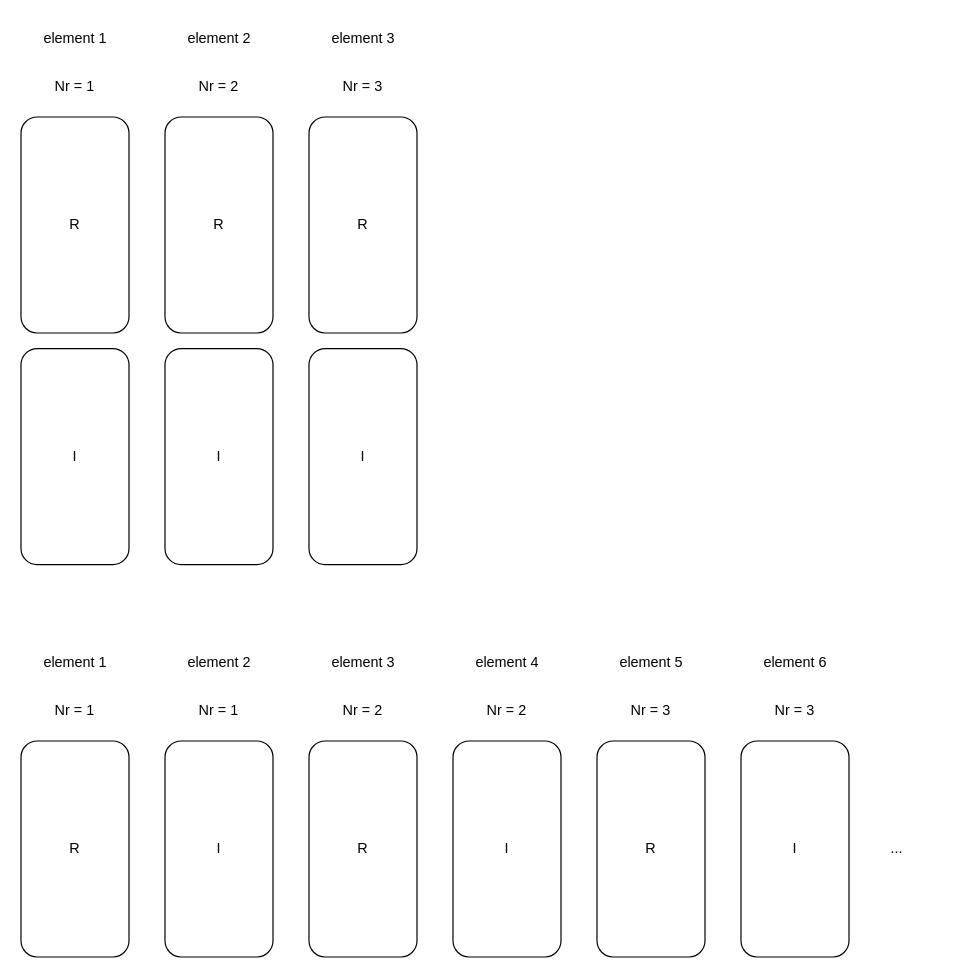
Before: SPR-CNN/未命名绘图.drawio in OuO333333/CNN4CE, a draw.io diagram. Source tidied: cells renumbered, new cells numbered last; positions are measured from the earlier drawing's top-left corner, leaving out a move shared by most shapes. Both pictures are drawn from the tidied source at 120%, with x=0, y=0 at pixel (20, 20).
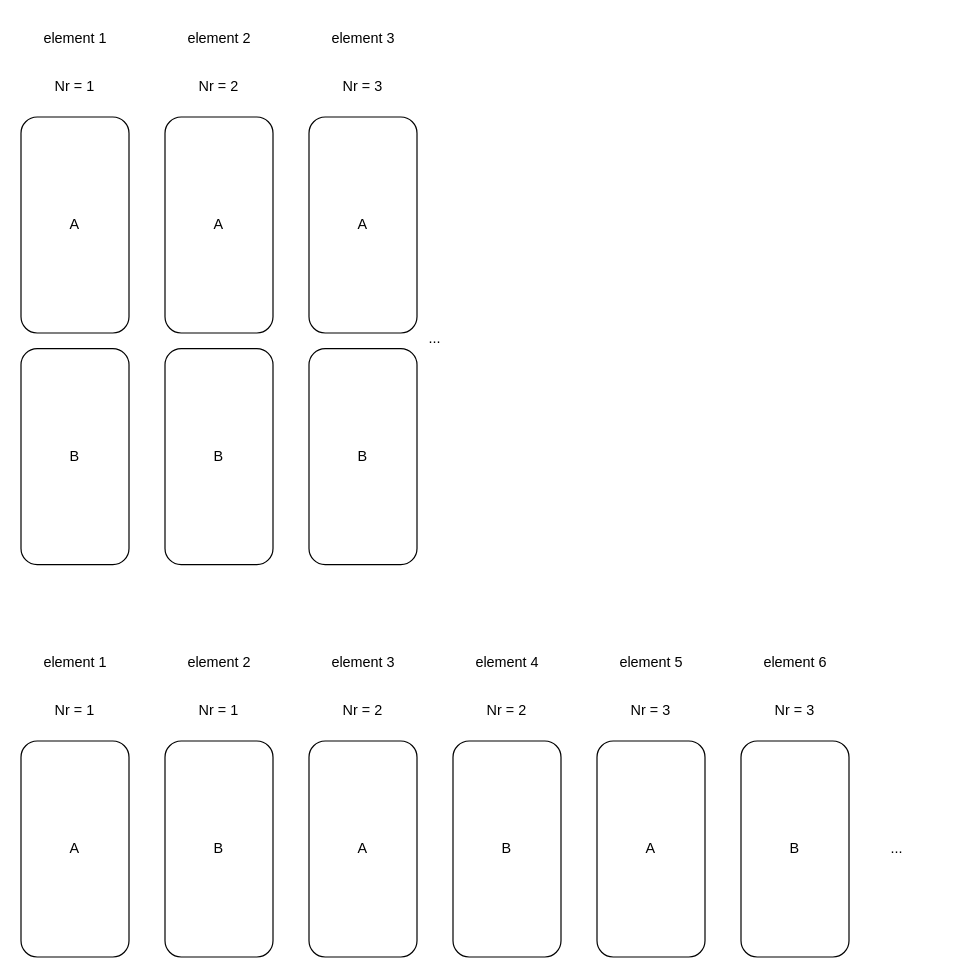
After the change.

Commit message (it also covers changes not shown here):
更新未命名绘图.drawio

The edit, as a diff of the source:
```diff
@@
-    <mxCell id="2" value="R" style="rounded=1;whiteSpace=wrap;html=1;" parent="1" vertex="1">
+    <mxCell id="2" value="A" style="rounded=1;whiteSpace=wrap;html=1;" parent="1" vertex="1">
       <mxGeometry y="80" width="90" height="180" as="geometry" />
     </mxCell>
-    <mxCell id="3" value="I" style="rounded=1;whiteSpace=wrap;html=1;" parent="1" vertex="1">
+    <mxCell id="3" value="B" style="rounded=1;whiteSpace=wrap;html=1;" parent="1" vertex="1">
       <mxGeometry y="273" width="90" height="180" as="geometry" />
     </mxCell>
@@
-    <mxCell id="5" value="R" style="rounded=1;whiteSpace=wrap;html=1;" parent="1" vertex="1">
+    <mxCell id="5" value="A" style="rounded=1;whiteSpace=wrap;html=1;" parent="1" vertex="1">
       <mxGeometry x="120" y="80" width="90" height="180" as="geometry" />
     </mxCell>
-    <mxCell id="6" value="I" style="rounded=1;whiteSpace=wrap;html=1;" parent="1" vertex="1">
+    <mxCell id="6" value="B" style="rounded=1;whiteSpace=wrap;html=1;" parent="1" vertex="1">
       <mxGeometry x="120" y="273" width="90" height="180" as="geometry" />
     </mxCell>
@@
-    <mxCell id="8" value="R" style="rounded=1;whiteSpace=wrap;html=1;" parent="1" vertex="1">
+    <mxCell id="8" value="A" style="rounded=1;whiteSpace=wrap;html=1;" parent="1" vertex="1">
       <mxGeometry x="240" y="80" width="90" height="180" as="geometry" />
     </mxCell>
-    <mxCell id="9" value="I" style="rounded=1;whiteSpace=wrap;html=1;" parent="1" vertex="1">
+    <mxCell id="9" value="B" style="rounded=1;whiteSpace=wrap;html=1;" parent="1" vertex="1">
       <mxGeometry x="240" y="273" width="90" height="180" as="geometry" />
     </mxCell>
@@
-    <mxCell id="15" value="R" style="rounded=1;whiteSpace=wrap;html=1;" parent="1" vertex="1">
+    <mxCell id="15" value="A" style="rounded=1;whiteSpace=wrap;html=1;" parent="1" vertex="1">
       <mxGeometry y="600" width="90" height="180" as="geometry" />
     </mxCell>
@@
-    <mxCell id="17" value="I" style="rounded=1;whiteSpace=wrap;html=1;" parent="1" vertex="1">
+    <mxCell id="17" value="B" style="rounded=1;whiteSpace=wrap;html=1;" parent="1" vertex="1">
       <mxGeometry x="120" y="600" width="90" height="180" as="geometry" />
     </mxCell>
@@
-    <mxCell id="19" value="R" style="rounded=1;whiteSpace=wrap;html=1;" parent="1" vertex="1">
+    <mxCell id="19" value="A" style="rounded=1;whiteSpace=wrap;html=1;" parent="1" vertex="1">
       <mxGeometry x="240" y="600" width="90" height="180" as="geometry" />
     </mxCell>
@@
-    <mxCell id="24" value="I" style="rounded=1;whiteSpace=wrap;html=1;" parent="1" vertex="1">
+    <mxCell id="24" value="B" style="rounded=1;whiteSpace=wrap;html=1;" parent="1" vertex="1">
       <mxGeometry x="360" y="600" width="90" height="180" as="geometry" />
     </mxCell>
@@
-    <mxCell id="26" value="R" style="rounded=1;whiteSpace=wrap;html=1;" parent="1" vertex="1">
+    <mxCell id="26" value="A" style="rounded=1;whiteSpace=wrap;html=1;" parent="1" vertex="1">
       <mxGeometry x="480" y="600" width="90" height="180" as="geometry" />
     </mxCell>
@@
-    <mxCell id="28" value="I" style="rounded=1;whiteSpace=wrap;html=1;" parent="1" vertex="1">
+    <mxCell id="28" value="B" style="rounded=1;whiteSpace=wrap;html=1;" parent="1" vertex="1">
       <mxGeometry x="600" y="600" width="90" height="180" as="geometry" />
     </mxCell>
@@
+    <mxCell id="33" value="..." style="text;html=1;strokeColor=none;fillColor=none;align=center;verticalAlign=middle;whiteSpace=wrap;rounded=0;" parent="1" vertex="1">
+      <mxGeometry x="315" y="250" width="60" height="30" as="geometry" />
+    </mxCell>
```
